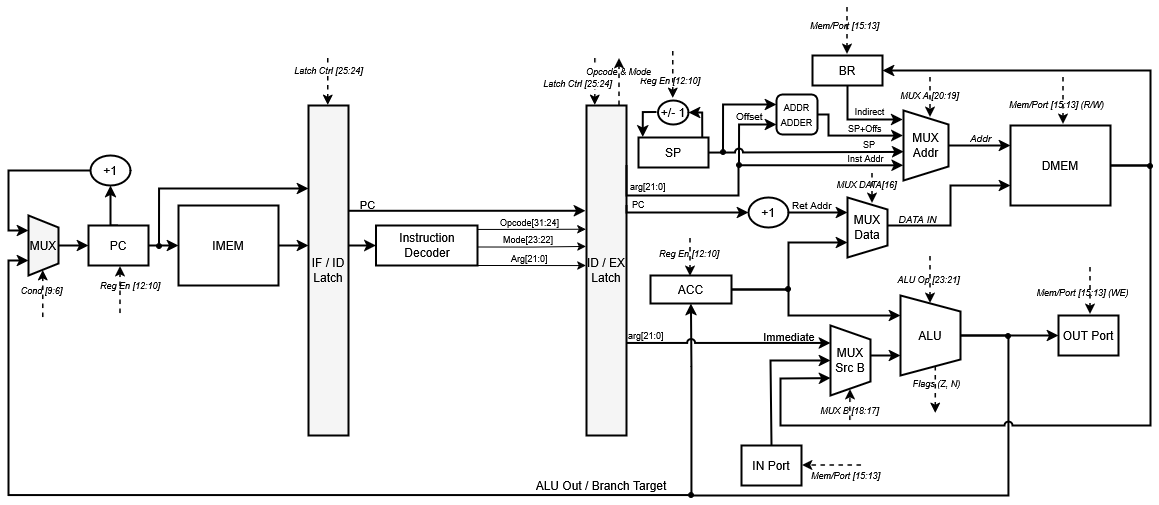
Antichnoste/csa-lab4 keeps this draw.io diagram as img/DataPath.png. Above is the earlier version. Source tidied: cells renumbered, new cells last; positions are measured from the earlier drawing's top-left corner, leaving out a move shared by most shapes.
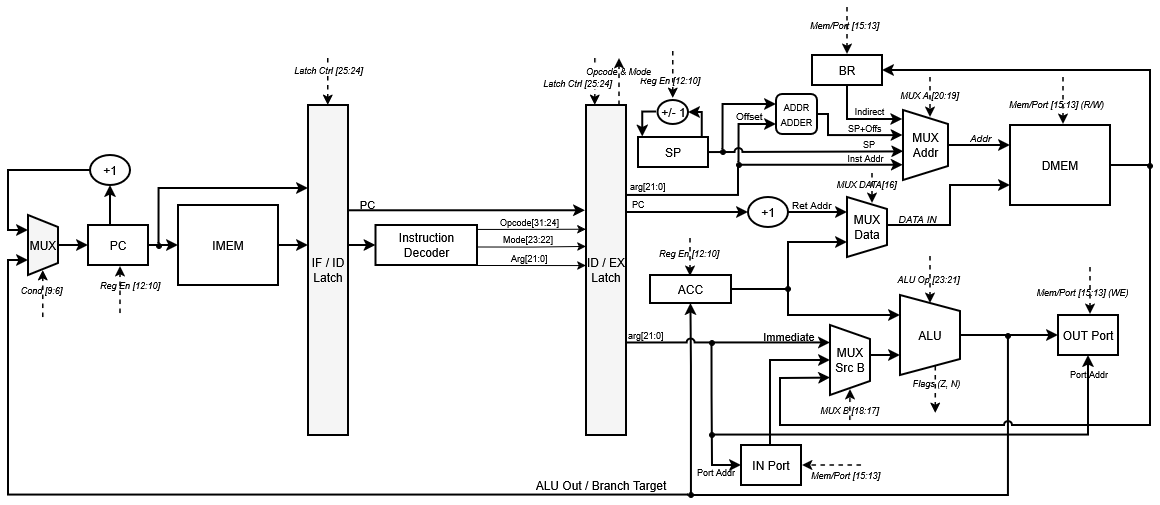
The same diagram one commit later.

Commit message:
fix: DataPath (address IN Port and Out Port); print in translator; fix only 2 port - 0 for input and 1 for output - in machine.py

The edit, as a diff of the source:
```diff
@@ -564,5 +564,29 @@
         </Array>
       </mxGeometry>
     </mxCell>
+    <mxCell id="111" style="edgeStyle=orthogonalEdgeStyle;rounded=0;jettySize=auto;html=1;entryX=0;entryY=0.5;entryDx=0;entryDy=0;strokeWidth=2;" parent="1" edge="1" source="112" target="19">
+      <mxGeometry relative="1" as="geometry">
+        <Array as="points">
+          <mxPoint x="704" y="388" />
+          <mxPoint x="704" y="388" />
+          <mxPoint x="704" y="458" />
+        </Array>
+      </mxGeometry>
+    </mxCell>
+    <mxCell id="112" style="ellipse;fillColor=#000000;" parent="1" vertex="1">
+      <mxGeometry x="701" y="333" width="5" height="5" as="geometry" />
+    </mxCell>
+    <mxCell id="113" style="edgeStyle=orthogonalEdgeStyle;rounded=0;jettySize=auto;html=1;entryX=0.5;entryY=1;entryDx=0;entryDy=0;strokeWidth=2;" parent="1" edge="1" source="114" target="20">
+      <mxGeometry relative="1" as="geometry" />
+    </mxCell>
+    <mxCell id="114" style="ellipse;fillColor=#000000;" parent="1" vertex="1">
+      <mxGeometry x="701" y="425" width="5" height="5" as="geometry" />
+    </mxCell>
+    <mxCell id="115" value="&lt;font style=&quot;font-size: 9px;&quot;&gt;Port Addr&lt;/font&gt;" style="text;whiteSpace=wrap;html=1;" parent="1" vertex="1">
+      <mxGeometry x="687" y="451" width="69" height="20" as="geometry" />
+    </mxCell>
+    <mxCell id="116" value="&lt;font style=&quot;font-size: 9px;&quot;&gt;Port Addr&lt;/font&gt;" style="text;whiteSpace=wrap;html=1;" parent="1" vertex="1">
+      <mxGeometry x="1060" y="353" width="69" height="20" as="geometry" />
+    </mxCell>
   </root>
 </mxGraphModel>
```
